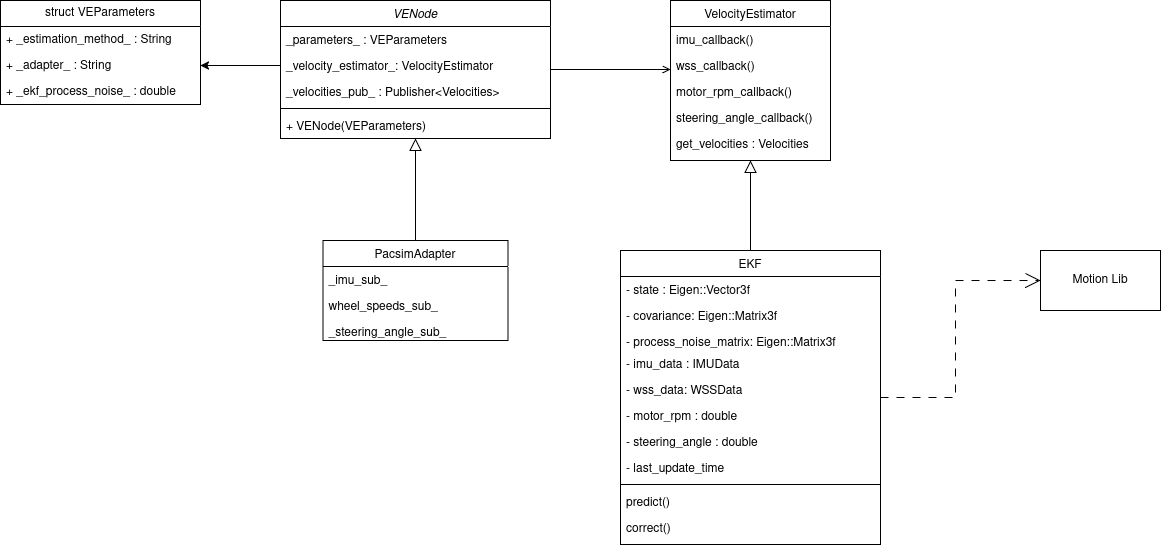
Before: docs/diagrams/velocity_estimation/VelocityEstimation.drawio.png, a diagram exported from draw.io (fs-feup/autonomous-systems). Source tidied: cells renumbered, new cells last; positions are measured from the earlier drawing's top-left corner, leaving out a move shared by most shapes.
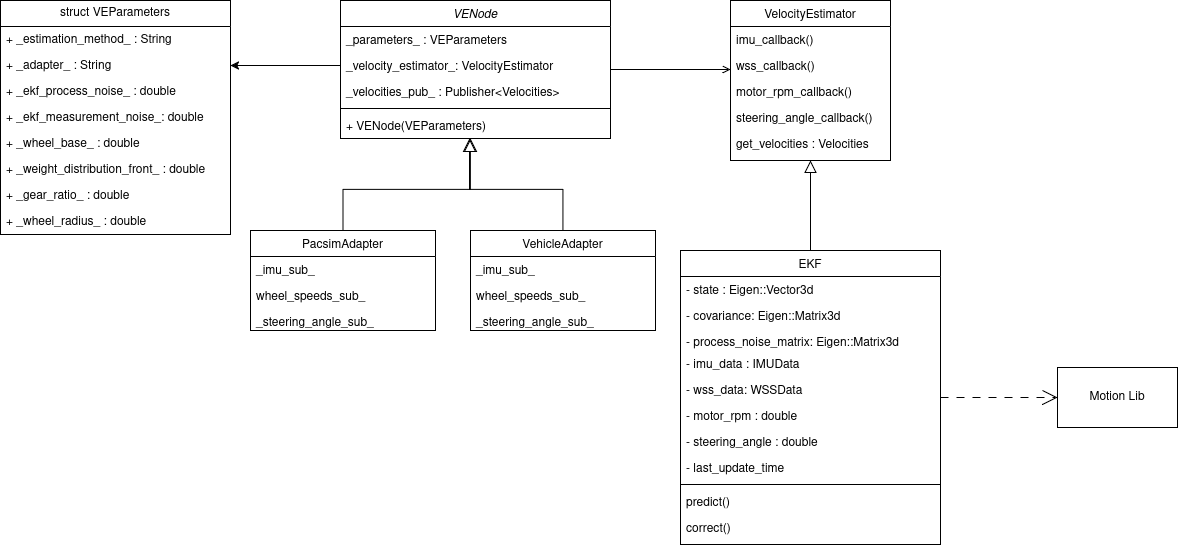
After the commit.

Commit message:
fix: comments, diagram, readme, adapters

Change to the diagram source:
```diff
@@ -21,7 +21,7 @@
       <mxGeometry y="112" width="270" height="26" as="geometry" />
     </mxCell>
     <mxCell id="8" value="PacsimAdapter" style="swimlane;fontStyle=0;align=center;verticalAlign=top;horizontal=1;startSize=26;rounded=0;shadow=0;strokeWidth=1;" parent="1" vertex="1">
-      <mxGeometry x="322.5" y="240" width="185" height="100" as="geometry" />
+      <mxGeometry x="190" y="230" width="185" height="100" as="geometry" />
     </mxCell>
     <mxCell id="9" value="_imu_sub_" style="text;align=left;verticalAlign=top;spacingLeft=4;spacingRight=4;overflow=hidden;" parent="8" vertex="1">
       <mxGeometry y="26" width="185" height="26" as="geometry" />
@@ -32,9 +32,6 @@
     <mxCell id="11" value="_steering_angle_sub_" style="text;align=left;verticalAlign=top;spacingLeft=4;spacingRight=4;overflow=hidden;fontStyle=0;" parent="8" vertex="1">
       <mxGeometry y="78" width="185" height="22" as="geometry" />
     </mxCell>
-    <mxCell id="12" style="endArrow=block;endSize=10;endFill=0;shadow=0;strokeWidth=1;rounded=0;curved=0;edgeStyle=elbowEdgeStyle;elbow=vertical;" parent="1" edge="1" source="8" target="2">
-      <mxGeometry relative="1" as="geometry" />
-    </mxCell>
     <mxCell id="13" value="VelocityEstimator" style="swimlane;fontStyle=0;align=center;verticalAlign=top;horizontal=1;startSize=26;rounded=0;shadow=0;strokeWidth=1;" parent="1" vertex="1">
       <mxGeometry x="670" width="160" height="160" as="geometry" />
     </mxCell>
@@ -64,13 +61,13 @@
     <mxCell id="21" value="EKF" style="swimlane;fontStyle=0;align=center;verticalAlign=top;horizontal=1;startSize=26;rounded=0;shadow=0;strokeWidth=1;" parent="1" vertex="1">
       <mxGeometry x="620" y="250" width="260" height="294" as="geometry" />
     </mxCell>
-    <mxCell id="22" value="- state : Eigen::Vector3f " style="text;align=left;verticalAlign=top;spacingLeft=4;spacingRight=4;overflow=hidden;" parent="21" vertex="1">
+    <mxCell id="22" value="- state : Eigen::Vector3d " style="text;align=left;verticalAlign=top;spacingLeft=4;spacingRight=4;overflow=hidden;" parent="21" vertex="1">
       <mxGeometry y="26" width="260" height="26" as="geometry" />
     </mxCell>
-    <mxCell id="23" value="- covariance: Eigen::Matrix3f" style="text;align=left;verticalAlign=top;spacingLeft=4;spacingRight=4;overflow=hidden;rounded=0;shadow=0;html=0;" parent="21" vertex="1">
+    <mxCell id="23" value="- covariance: Eigen::Matrix3d" style="text;align=left;verticalAlign=top;spacingLeft=4;spacingRight=4;overflow=hidden;rounded=0;shadow=0;html=0;" parent="21" vertex="1">
       <mxGeometry y="52" width="260" height="26" as="geometry" />
     </mxCell>
-    <mxCell id="24" value="- process_noise_matrix: Eigen::Matrix3f" style="text;align=left;verticalAlign=top;spacingLeft=4;spacingRight=4;overflow=hidden;" parent="21" vertex="1">
+    <mxCell id="24" value="- process_noise_matrix: Eigen::Matrix3d" style="text;align=left;verticalAlign=top;spacingLeft=4;spacingRight=4;overflow=hidden;" parent="21" vertex="1">
       <mxGeometry y="78" width="260" height="22" as="geometry" />
     </mxCell>
     <mxCell id="25" value="- imu_data : IMUData" style="text;align=left;verticalAlign=top;spacingLeft=4;spacingRight=4;overflow=hidden;fontStyle=0;" parent="21" vertex="1">
@@ -103,17 +100,32 @@
       </mxGeometry>
     </mxCell>
     <mxCell id="34" value="struct VEParameters" style="swimlane;fontStyle=0;horizontal=1;startSize=26;fillColor=none;whiteSpace=wrap;html=1;" parent="1" vertex="1">
-      <mxGeometry width="200" height="104" as="geometry" />
+      <mxGeometry x="-60" width="230" height="234" as="geometry" />
     </mxCell>
     <mxCell id="35" value="+ _estimation_method_ : String" style="text;strokeColor=none;fillColor=none;align=left;verticalAlign=top;spacingLeft=4;spacingRight=4;overflow=hidden;whiteSpace=wrap;html=1;" parent="34" vertex="1">
-      <mxGeometry y="26" width="200" height="26" as="geometry" />
+      <mxGeometry y="26" width="230" height="26" as="geometry" />
     </mxCell>
     <mxCell id="36" value="+ _adapter_ : String" style="text;strokeColor=none;fillColor=none;align=left;verticalAlign=top;spacingLeft=4;spacingRight=4;overflow=hidden;points=[[0,0.5],[1,0.5]];portConstraint=eastwest;whiteSpace=wrap;html=1;" parent="34" vertex="1">
-      <mxGeometry y="52" width="200" height="26" as="geometry" />
+      <mxGeometry y="52" width="230" height="26" as="geometry" />
     </mxCell>
     <mxCell id="37" value="+ _ekf_process_noise_ : double" style="text;strokeColor=none;fillColor=none;align=left;verticalAlign=top;spacingLeft=4;spacingRight=4;overflow=hidden;whiteSpace=wrap;html=1;" parent="34" vertex="1">
-      <mxGeometry y="78" width="200" height="26" as="geometry" />
+      <mxGeometry y="78" width="230" height="26" as="geometry" />
     </mxCell>
+    <mxCell id="40" value="+ _ekf_measurement_noise_: double" style="text;strokeColor=none;fillColor=none;align=left;verticalAlign=top;spacingLeft=4;spacingRight=4;overflow=hidden;whiteSpace=wrap;html=1;" parent="34" vertex="1">
+      <mxGeometry y="104" width="230" height="26" as="geometry" />
+    </mxCell>
+    <mxCell id="41" value="+ _wheel_base_ : double" style="text;strokeColor=none;fillColor=none;align=left;verticalAlign=top;spacingLeft=4;spacingRight=4;overflow=hidden;whiteSpace=wrap;html=1;" parent="34" vertex="1">
+      <mxGeometry y="130" width="230" height="26" as="geometry" />
+    </mxCell>
+    <mxCell id="42" value="+ _weight_distribution_front_ : double" style="text;strokeColor=none;fillColor=none;align=left;verticalAlign=top;spacingLeft=4;spacingRight=4;overflow=hidden;whiteSpace=wrap;html=1;" parent="34" vertex="1">
+      <mxGeometry y="156" width="230" height="26" as="geometry" />
+    </mxCell>
+    <mxCell id="43" value="+ _gear_ratio_ : double" style="text;strokeColor=none;fillColor=none;align=left;verticalAlign=top;spacingLeft=4;spacingRight=4;overflow=hidden;whiteSpace=wrap;html=1;" parent="34" vertex="1">
+      <mxGeometry y="182" width="230" height="26" as="geometry" />
+    </mxCell>
+    <mxCell id="44" value="+ _wheel_radius_ : double" style="text;strokeColor=none;fillColor=none;align=left;verticalAlign=top;spacingLeft=4;spacingRight=4;overflow=hidden;whiteSpace=wrap;html=1;" parent="34" vertex="1">
+      <mxGeometry y="208" width="230" height="26" as="geometry" />
+    </mxCell>
     <mxCell id="38" style="edgeStyle=orthogonalEdgeStyle;rounded=0;jettySize=auto;html=1;entryX=1;entryY=0.5;entryDx=0;entryDy=0;" parent="1" edge="1" source="4" target="36">
       <mxGeometry relative="1" as="geometry">
         <Array as="points">
@@ -123,7 +135,25 @@
       </mxGeometry>
     </mxCell>
     <mxCell id="39" value="Motion Lib" style="rounded=0;whiteSpace=wrap;html=1;" parent="1" vertex="1">
-      <mxGeometry x="1040" y="250" width="120" height="60" as="geometry" />
+      <mxGeometry x="997" y="367" width="120" height="60" as="geometry" />
     </mxCell>
+    <mxCell id="45" value="VehicleAdapter" style="swimlane;fontStyle=0;align=center;verticalAlign=top;horizontal=1;startSize=26;rounded=0;shadow=0;strokeWidth=1;" parent="1" vertex="1">
+      <mxGeometry x="410" y="230" width="185" height="100" as="geometry" />
+    </mxCell>
+    <mxCell id="46" value="_imu_sub_" style="text;align=left;verticalAlign=top;spacingLeft=4;spacingRight=4;overflow=hidden;" parent="45" vertex="1">
+      <mxGeometry y="26" width="185" height="26" as="geometry" />
+    </mxCell>
+    <mxCell id="47" value="wheel_speeds_sub_" style="text;align=left;verticalAlign=top;spacingLeft=4;spacingRight=4;overflow=hidden;rounded=0;shadow=0;html=0;" parent="45" vertex="1">
+      <mxGeometry y="52" width="185" height="26" as="geometry" />
+    </mxCell>
+    <mxCell id="48" value="_steering_angle_sub_" style="text;align=left;verticalAlign=top;spacingLeft=4;spacingRight=4;overflow=hidden;fontStyle=0;" parent="45" vertex="1">
+      <mxGeometry y="78" width="185" height="22" as="geometry" />
+    </mxCell>
+    <mxCell id="49" style="edgeStyle=orthogonalEdgeStyle;rounded=0;jettySize=auto;html=1;entryX=0.481;entryY=1;entryDx=0;entryDy=0;entryPerimeter=0;endArrow=block;endFill=0;endSize=11;" parent="1" edge="1" source="8" target="7">
+      <mxGeometry relative="1" as="geometry" />
+    </mxCell>
+    <mxCell id="50" style="edgeStyle=orthogonalEdgeStyle;rounded=0;jettySize=auto;html=1;entryX=0.478;entryY=1;entryDx=0;entryDy=0;entryPerimeter=0;endArrow=block;endFill=0;endSize=11;" parent="1" edge="1" source="45" target="7">
+      <mxGeometry relative="1" as="geometry" />
+    </mxCell>
   </root>
 </mxGraphModel>
```
